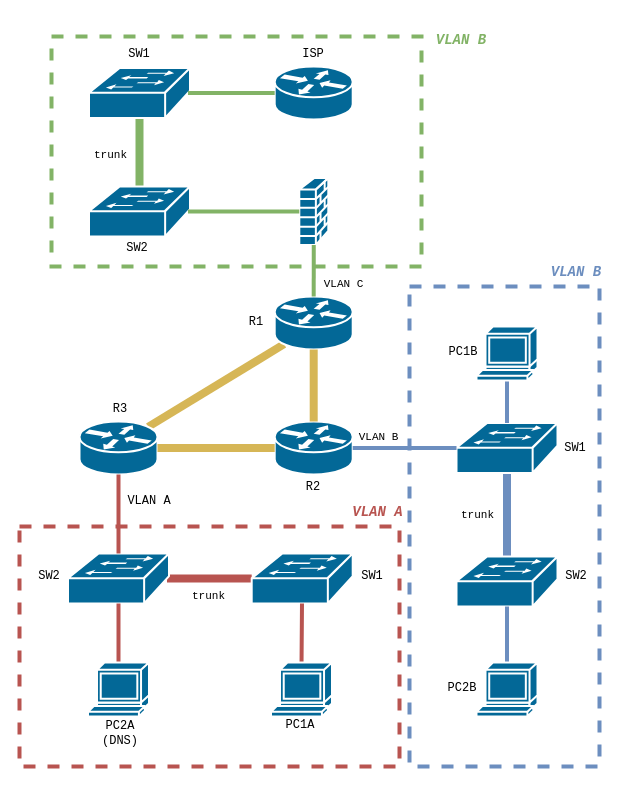
The draw.io diagram l3_topologie.drawio in phatt-23/web, before the edit. Source tidied: cells renumbered, new cells numbered last; positions are measured from the earlier drawing's top-left corner, leaving out a move shared by most shapes. Both pictures are drawn from the tidied source at 100%, with x=0, y=0 at pixel (19, 25).
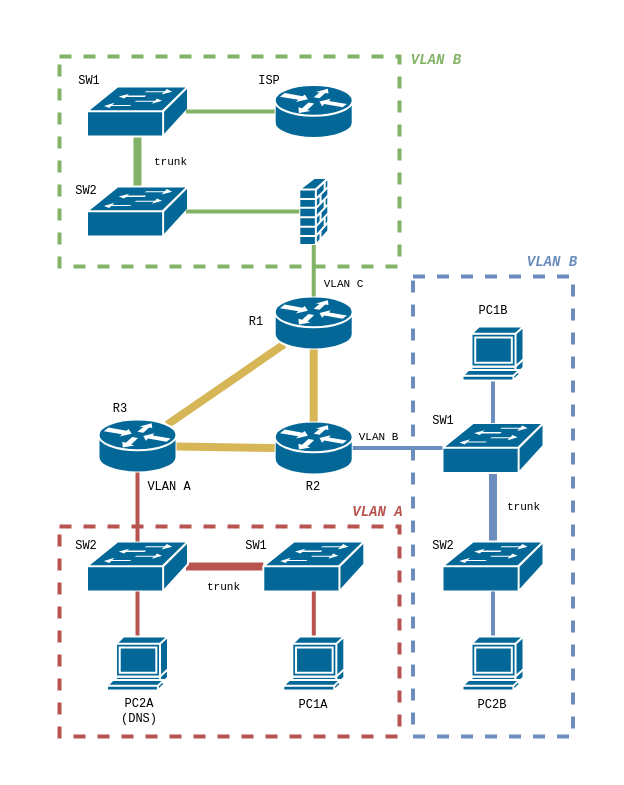
Above is the later version.

Change to the diagram source:
```diff
@@
     <mxCell id="2" style="rounded=0;whiteSpace=wrap;html=1;fillColor=none;strokeWidth=4;dashed=1;strokeColor=#82b366;" parent="1" vertex="1">
-      <mxGeometry x="32" y="11" width="370" height="230" as="geometry" />
+      <mxGeometry x="40" y="31" width="340" height="210" as="geometry" />
     </mxCell>
@@
     <mxCell id="6" style="shape=mxgraph.cisco.routers.router;sketch=0;html=1;dashed=0;fillColor=#036897;strokeColor=#ffffff;strokeWidth=2;verticalLabelPosition=bottom;verticalAlign=top;align=center;outlineConnect=0;" parent="1" vertex="1">
-      <mxGeometry x="60" y="396" width="78" height="53" as="geometry" />
+      <mxGeometry x="79" y="394" width="78" height="53" as="geometry" />
     </mxCell>
@@
     <mxCell id="9" style="shape=mxgraph.cisco.switches.workgroup_switch;sketch=0;html=1;dashed=0;fillColor=#036897;strokeColor=#ffffff;strokeWidth=2;verticalLabelPosition=bottom;verticalAlign=top;align=center;outlineConnect=0;" parent="1" vertex="1">
-      <mxGeometry x="69.5" y="42.5" width="101" height="50" as="geometry" />
+      <mxGeometry x="67.5" y="61" width="101" height="50" as="geometry" />
     </mxCell>
     <mxCell id="10" style="shape=mxgraph.cisco.switches.workgroup_switch;sketch=0;html=1;dashed=0;fillColor=#036897;strokeColor=#ffffff;strokeWidth=2;verticalLabelPosition=bottom;verticalAlign=top;align=center;outlineConnect=0;" parent="1" vertex="1">
-      <mxGeometry x="69.5" y="161" width="101" height="50" as="geometry" />
+      <mxGeometry x="67.5" y="161" width="101" height="50" as="geometry" />
     </mxCell>
     <mxCell id="11" style="shape=mxgraph.cisco.routers.router;sketch=0;html=1;dashed=0;fillColor=#036897;strokeColor=#ffffff;strokeWidth=2;verticalLabelPosition=bottom;verticalAlign=top;align=center;outlineConnect=0;" parent="1" vertex="1">
-      <mxGeometry x="255.2" y="41" width="78" height="53" as="geometry" />
+      <mxGeometry x="255.2" y="59.5" width="78" height="53" as="geometry" />
     </mxCell>
@@
     <mxCell id="17" style="rounded=0;whiteSpace=wrap;html=1;fillColor=none;dashed=1;strokeWidth=4;strokeColor=#b85450;" parent="1" vertex="1">
-      <mxGeometry y="501" width="380" height="240" as="geometry" />
+      <mxGeometry x="40" y="501" width="340" height="210" as="geometry" />
     </mxCell>
@@
     <mxCell id="19" style="shape=mxgraph.cisco.switches.workgroup_switch;sketch=0;html=1;dashed=0;fillColor=#036897;strokeColor=#ffffff;strokeWidth=2;verticalLabelPosition=bottom;verticalAlign=top;align=center;outlineConnect=0;" parent="1" vertex="1">
-      <mxGeometry x="232.2" y="528" width="101" height="50" as="geometry" />
+      <mxGeometry x="243.8" y="516" width="101" height="50" as="geometry" />
     </mxCell>
     <mxCell id="20" style="shape=mxgraph.cisco.switches.workgroup_switch;sketch=0;html=1;dashed=0;fillColor=#036897;strokeColor=#ffffff;strokeWidth=2;verticalLabelPosition=bottom;verticalAlign=top;align=center;outlineConnect=0;" parent="1" vertex="1">
-      <mxGeometry x="48.5" y="528" width="101" height="50" as="geometry" />
+      <mxGeometry x="67.5" y="516" width="101" height="50" as="geometry" />
     </mxCell>
@@
     <mxCell id="22" value="&lt;pre&gt;VLAN A&lt;/pre&gt;" style="text;html=1;align=center;verticalAlign=middle;whiteSpace=wrap;rounded=0;" parent="1" vertex="1">
-      <mxGeometry x="100" y="461" width="60" height="30" as="geometry" />
+      <mxGeometry x="120" y="447" width="60" height="30" as="geometry" />
     </mxCell>
-    <mxCell id="23" style="rounded=0;jettySize=auto;html=1;exitX=0.5;exitY=1;exitDx=0;exitDy=0;exitPerimeter=0;fillColor=#f8cecc;strokeColor=#b85450;strokeWidth=4;endArrow=none;endFill=0;" parent="1" edge="1" source="26" target="19">
-      <mxGeometry relative="1" as="geometry">
-        <Array as="points">
-          <mxPoint x="282" y="641" />
-        </Array>
-      </mxGeometry>
+    <mxCell id="23" style="rounded=0;jettySize=auto;html=1;exitX=0.5;exitY=0;exitDx=0;exitDy=0;exitPerimeter=0;fillColor=#f8cecc;strokeColor=#b85450;strokeWidth=4;endArrow=none;endFill=0;" parent="1" edge="1" source="26" target="19">
+      <mxGeometry relative="1" as="geometry" />
     </mxCell>
@@
     <mxCell id="25" style="shape=mxgraph.cisco.computers_and_peripherals.terminal;sketch=0;html=1;dashed=0;fillColor=#036897;strokeColor=#ffffff;strokeWidth=2;verticalLabelPosition=bottom;verticalAlign=top;align=center;outlineConnect=0;" parent="1" vertex="1">
-      <mxGeometry x="68.5" y="637" width="61" height="54" as="geometry" />
+      <mxGeometry x="87.5" y="611" width="61" height="54" as="geometry" />
     </mxCell>
     <mxCell id="26" style="shape=mxgraph.cisco.computers_and_peripherals.terminal;sketch=0;html=1;dashed=0;fillColor=#036897;strokeColor=#ffffff;strokeWidth=2;verticalLabelPosition=bottom;verticalAlign=top;align=center;outlineConnect=0;" parent="1" vertex="1">
-      <mxGeometry x="251.5" y="637" width="61" height="54" as="geometry" />
+      <mxGeometry x="263.8" y="611" width="61" height="54" as="geometry" />
     </mxCell>
     <mxCell id="27" value="&lt;pre&gt;PC1A&lt;/pre&gt;" style="text;html=1;align=center;verticalAlign=middle;whiteSpace=wrap;rounded=0;" parent="1" vertex="1">
-      <mxGeometry x="251" y="685" width="60" height="30" as="geometry" />
+      <mxGeometry x="264.2" y="665" width="60" height="30" as="geometry" />
     </mxCell>
     <mxCell id="28" value="&lt;div align=&quot;center&quot;&gt;&lt;pre&gt;PC2A&lt;br&gt;(DNS)&lt;/pre&gt;&lt;/div&gt;" style="text;html=1;align=center;verticalAlign=middle;whiteSpace=wrap;rounded=0;" parent="1" vertex="1">
-      <mxGeometry x="71" y="693" width="60" height="30" as="geometry" />
+      <mxGeometry x="90" y="671" width="60" height="30" as="geometry" />
     </mxCell>
     <mxCell id="29" style="rounded=0;whiteSpace=wrap;html=1;fillColor=none;dashed=1;strokeWidth=4;strokeColor=#6c8ebf;" parent="1" vertex="1">
-      <mxGeometry x="390" y="261" width="190" height="480" as="geometry" />
+      <mxGeometry x="393.5" y="251" width="160" height="460" as="geometry" />
     </mxCell>
@@
     <mxCell id="31" style="shape=mxgraph.cisco.switches.workgroup_switch;sketch=0;html=1;dashed=0;fillColor=#036897;strokeColor=#ffffff;strokeWidth=2;verticalLabelPosition=bottom;verticalAlign=top;align=center;outlineConnect=0;" parent="1" vertex="1">
-      <mxGeometry x="437" y="397.5" width="101" height="50" as="geometry" />
+      <mxGeometry x="423" y="397.5" width="101" height="50" as="geometry" />
     </mxCell>
     <mxCell id="32" style="shape=mxgraph.cisco.switches.workgroup_switch;sketch=0;html=1;dashed=0;fillColor=#036897;strokeColor=#ffffff;strokeWidth=2;verticalLabelPosition=bottom;verticalAlign=top;align=center;outlineConnect=0;" parent="1" vertex="1">
-      <mxGeometry x="437" y="531" width="101" height="50" as="geometry" />
+      <mxGeometry x="423" y="516" width="101" height="50" as="geometry" />
     </mxCell>
@@
     <mxCell id="34" value="&lt;pre style=&quot;font-size: 14px;&quot;&gt;&lt;font color=&quot;#6c8ebf&quot;&gt;&lt;b&gt;&lt;i&gt;VLAN B&lt;br&gt;&lt;/i&gt;&lt;/b&gt;&lt;/font&gt;&lt;/pre&gt;" style="text;html=1;align=center;verticalAlign=middle;whiteSpace=wrap;rounded=0;strokeWidth=1;" parent="1" vertex="1">
-      <mxGeometry x="526" y="232" width="62" height="29" as="geometry" />
+      <mxGeometry x="502" y="222" width="62" height="29" as="geometry" />
     </mxCell>
@@
     <mxCell id="36" style="shape=mxgraph.cisco.computers_and_peripherals.terminal;sketch=0;html=1;dashed=0;fillColor=#036897;strokeColor=#ffffff;strokeWidth=2;verticalLabelPosition=bottom;verticalAlign=top;align=center;outlineConnect=0;" parent="1" vertex="1">
-      <mxGeometry x="457" y="637" width="61" height="54" as="geometry" />
+      <mxGeometry x="443" y="611" width="61" height="54" as="geometry" />
     </mxCell>
     <mxCell id="37" style="shape=mxgraph.cisco.computers_and_peripherals.terminal;sketch=0;html=1;dashed=0;fillColor=#036897;strokeColor=#ffffff;strokeWidth=2;verticalLabelPosition=bottom;verticalAlign=top;align=center;outlineConnect=0;" parent="1" vertex="1">
-      <mxGeometry x="457" y="301" width="61" height="54" as="geometry" />
+      <mxGeometry x="443" y="301" width="61" height="54" as="geometry" />
     </mxCell>
     <mxCell id="38" value="&lt;pre&gt;PC1B&lt;/pre&gt;" style="text;html=1;align=center;verticalAlign=middle;whiteSpace=wrap;rounded=0;" parent="1" vertex="1">
-      <mxGeometry x="414" y="312" width="60" height="30" as="geometry" />
+      <mxGeometry x="443.5" y="271" width="60" height="30" as="geometry" />
     </mxCell>
     <mxCell id="39" value="&lt;pre&gt;PC2B&lt;/pre&gt;" style="text;html=1;align=center;verticalAlign=middle;whiteSpace=wrap;rounded=0;" parent="1" vertex="1">
-      <mxGeometry x="413" y="648" width="60" height="30" as="geometry" />
+      <mxGeometry x="443" y="665" width="60" height="30" as="geometry" />
     </mxCell>
@@
     <mxCell id="42" value="&lt;pre style=&quot;font-size: 14px;&quot;&gt;&lt;font color=&quot;#82b366&quot;&gt;&lt;b&gt;&lt;i&gt;VLAN B&lt;br&gt;&lt;/i&gt;&lt;/b&gt;&lt;/font&gt;&lt;/pre&gt;" style="text;html=1;align=center;verticalAlign=middle;whiteSpace=wrap;rounded=0;strokeWidth=1;" parent="1" vertex="1">
-      <mxGeometry x="411" width="62" height="29" as="geometry" />
+      <mxGeometry x="387" y="19" width="60" height="31" as="geometry" />
     </mxCell>
@@
     <mxCell id="48" value="&lt;pre&gt;trunk&lt;/pre&gt;" style="edgeLabel;html=1;align=center;verticalAlign=middle;labelBackgroundColor=none;" parent="1" vertex="1">
-      <mxGeometry x="464" y="494.5" as="geometry">
+      <mxGeometry x="510" y="486" as="geometry">
         <mxPoint x="-7" y="-5" as="offset" />
       </mxGeometry>
     </mxCell>
     <mxCell id="49" value="&lt;pre&gt;trunk&lt;/pre&gt;" style="edgeLabel;html=1;align=center;verticalAlign=middle;labelBackgroundColor=none;" parent="1" vertex="1">
-      <mxGeometry x="195" y="575" as="geometry">
+      <mxGeometry x="210" y="566" as="geometry">
         <mxPoint x="-7" y="-5" as="offset" />
       </mxGeometry>
     </mxCell>
     <mxCell id="50" value="&lt;pre&gt;trunk&lt;/pre&gt;" style="edgeLabel;html=1;align=center;verticalAlign=middle;labelBackgroundColor=none;" parent="1" vertex="1">
-      <mxGeometry x="97" y="134" as="geometry">
+      <mxGeometry x="157" y="141" as="geometry">
         <mxPoint x="-7" y="-5" as="offset" />
       </mxGeometry>
     </mxCell>
     <mxCell id="51" value="&lt;pre&gt;SW2&lt;/pre&gt;" style="text;html=1;align=center;verticalAlign=middle;whiteSpace=wrap;rounded=0;" parent="1" vertex="1">
-      <mxGeometry x="88" y="208" width="60" height="30" as="geometry" />
+      <mxGeometry x="37" y="151" width="60" height="30" as="geometry" />
     </mxCell>
     <mxCell id="52" value="&lt;pre&gt;SW1&lt;br&gt;&lt;/pre&gt;" style="text;html=1;align=center;verticalAlign=middle;whiteSpace=wrap;rounded=0;" parent="1" vertex="1">
-      <mxGeometry x="90" y="14" width="60" height="30" as="geometry" />
+      <mxGeometry x="40" y="41" width="60" height="30" as="geometry" />
     </mxCell>
     <mxCell id="53" value="&lt;pre&gt;SW1&lt;br&gt;&lt;/pre&gt;" style="text;html=1;align=center;verticalAlign=middle;whiteSpace=wrap;rounded=0;" parent="1" vertex="1">
-      <mxGeometry x="323" y="536" width="60" height="30" as="geometry" />
+      <mxGeometry x="207" y="506" width="60" height="30" as="geometry" />
     </mxCell>
     <mxCell id="54" value="&lt;pre&gt;SW2&lt;br&gt;&lt;/pre&gt;" style="text;html=1;align=center;verticalAlign=middle;whiteSpace=wrap;rounded=0;" parent="1" vertex="1">
-      <mxGeometry y="536" width="60" height="30" as="geometry" />
+      <mxGeometry x="37" y="506" width="60" height="30" as="geometry" />
     </mxCell>
     <mxCell id="55" value="&lt;pre&gt;SW1&lt;br&gt;&lt;/pre&gt;" style="text;html=1;align=center;verticalAlign=middle;whiteSpace=wrap;rounded=0;" parent="1" vertex="1">
-      <mxGeometry x="526" y="407.5" width="60" height="30" as="geometry" />
+      <mxGeometry x="393.5" y="381" width="60" height="30" as="geometry" />
     </mxCell>
     <mxCell id="56" value="&lt;pre&gt;SW2&lt;br&gt;&lt;/pre&gt;" style="text;html=1;align=center;verticalAlign=middle;whiteSpace=wrap;rounded=0;" parent="1" vertex="1">
-      <mxGeometry x="527" y="536" width="60" height="30" as="geometry" />
+      <mxGeometry x="393.5" y="506" width="60" height="30" as="geometry" />
     </mxCell>
     <mxCell id="57" value="&lt;p style=&quot;line-height: 120%;&quot;&gt;&lt;/p&gt;&lt;pre&gt;ISP&lt;/pre&gt;" style="text;html=1;align=center;verticalAlign=middle;whiteSpace=wrap;rounded=0;" parent="1" vertex="1">
-      <mxGeometry x="264.2" y="14" width="60" height="30" as="geometry" />
+      <mxGeometry x="219.8" y="41" width="60" height="30" as="geometry" />
     </mxCell>
```
